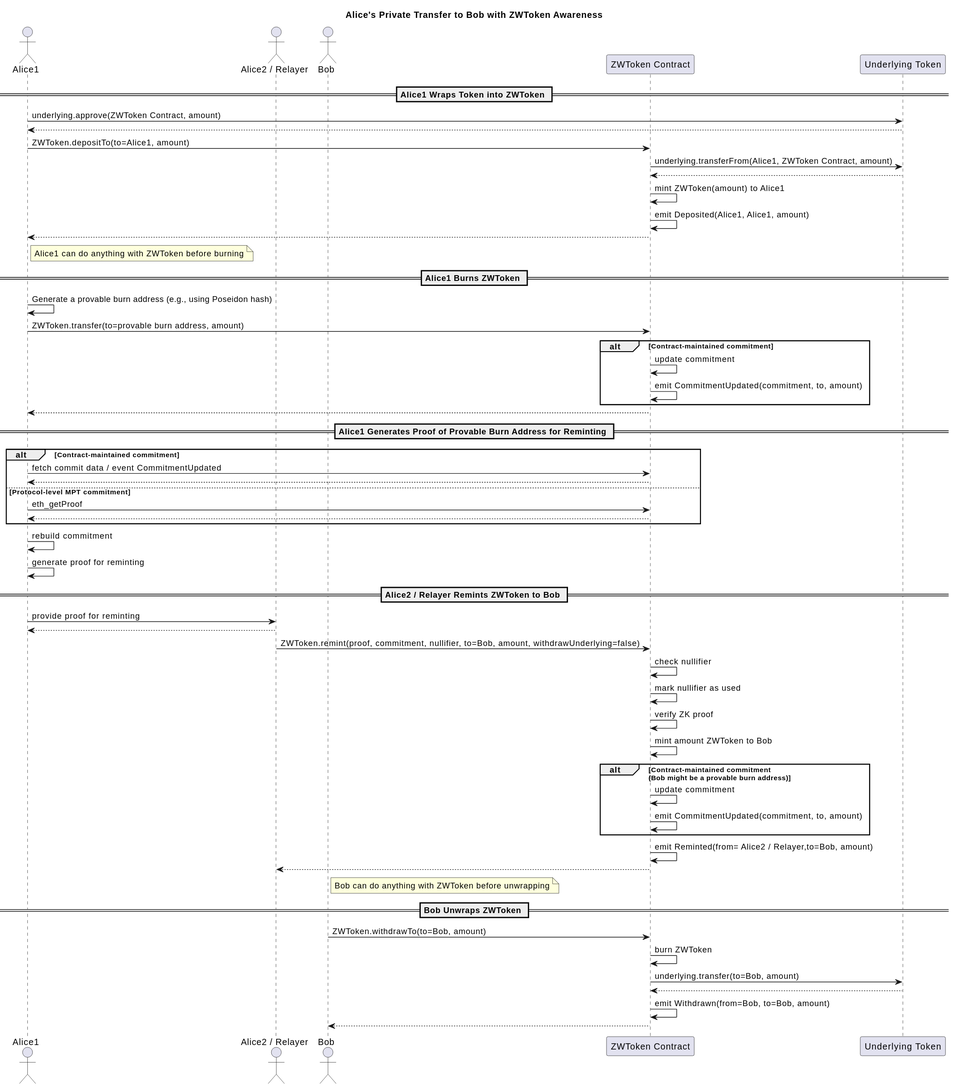
This is assets/erc-8065/flow1.svg from ethereum/ERCs, a PlantUML export, as it was before one commit. The source it was exported from:
```plantuml
@startuml
title Alice's Private Transfer to Bob with ZWToken Awareness

actor Alice1
actor "Alice2 / Relayer" as Alice2
actor Bob
participant "ZWToken Contract" as ZW
participant "Underlying Token" as U

== Alice1 Wraps Token into ZWToken ==
Alice1 -> U : underlying.approve(ZWToken Contract, amount)
Alice1 <-- U
Alice1 -> ZW : ZWToken.depositTo(to=Alice1, amount)
ZW -> U : underlying.transferFrom(Alice1, ZWToken Contract, amount)
ZW <-- U
ZW -> ZW : mint ZWToken(amount) to Alice1
ZW -> ZW : emit Deposited(Alice1, Alice1, amount)
Alice1 <-- ZW

note right of Alice1 : Alice1 can do anything with ZWToken before burning

== Alice1 Burns ZWToken ==
Alice1 -> Alice1 : Generate a provable burn address (e.g., using Poseidon hash)
Alice1 -> ZW : ZWToken.transfer(to=provable burn address, amount)
alt Contract-maintained commitment
    ZW -> ZW : update commitment
    ZW -> ZW : emit CommitmentUpdated(commitment, to, amount)
end
Alice1 <-- ZW

== Alice1 Generates Proof of Provable Burn Address for Reminting ==
alt Contract-maintained commitment
    Alice1 -> ZW : fetch commit data / event CommitmentUpdated
    Alice1 <-- ZW
else Protocol-level MPT commitment
    Alice1 -> ZW : eth_getProof
    Alice1 <-- ZW
end
Alice1 -> Alice1 : rebuild commitment
Alice1 -> Alice1 : generate proof for reminting

== Alice2 / Relayer Remints ZWToken to Bob ==
Alice1 -> Alice2 : provide proof for reminting
Alice1 <-- Alice2
Alice2 -> ZW : ZWToken.remint(proof, commitment, nullifier, to=Bob, amount, withdrawUnderlying=false)
ZW -> ZW : check nullifier
ZW -> ZW : mark nullifier as used
ZW -> ZW : verify ZK proof
ZW -> ZW : mint amount ZWToken to Bob
alt Contract-maintained commitment\n(Bob might be a provable burn address)
    ZW -> ZW : update commitment
    ZW -> ZW : emit CommitmentUpdated(commitment, to, amount)
end
ZW -> ZW : emit Reminted(from= Alice2 / Relayer,to=Bob, amount)
Alice2 <-- ZW

note right of Bob: Bob can do anything with ZWToken before unwrapping

== Bob Unwraps ZWToken ==
Bob -> ZW : ZWToken.withdrawTo(to=Bob, amount)
ZW -> ZW : burn ZWToken
ZW -> U : underlying.transfer(to=Bob, amount)
ZW <-- U
ZW -> ZW : emit Withdrawn(from=Bob, to=Bob, amount)
Bob <-- ZW
@enduml
```
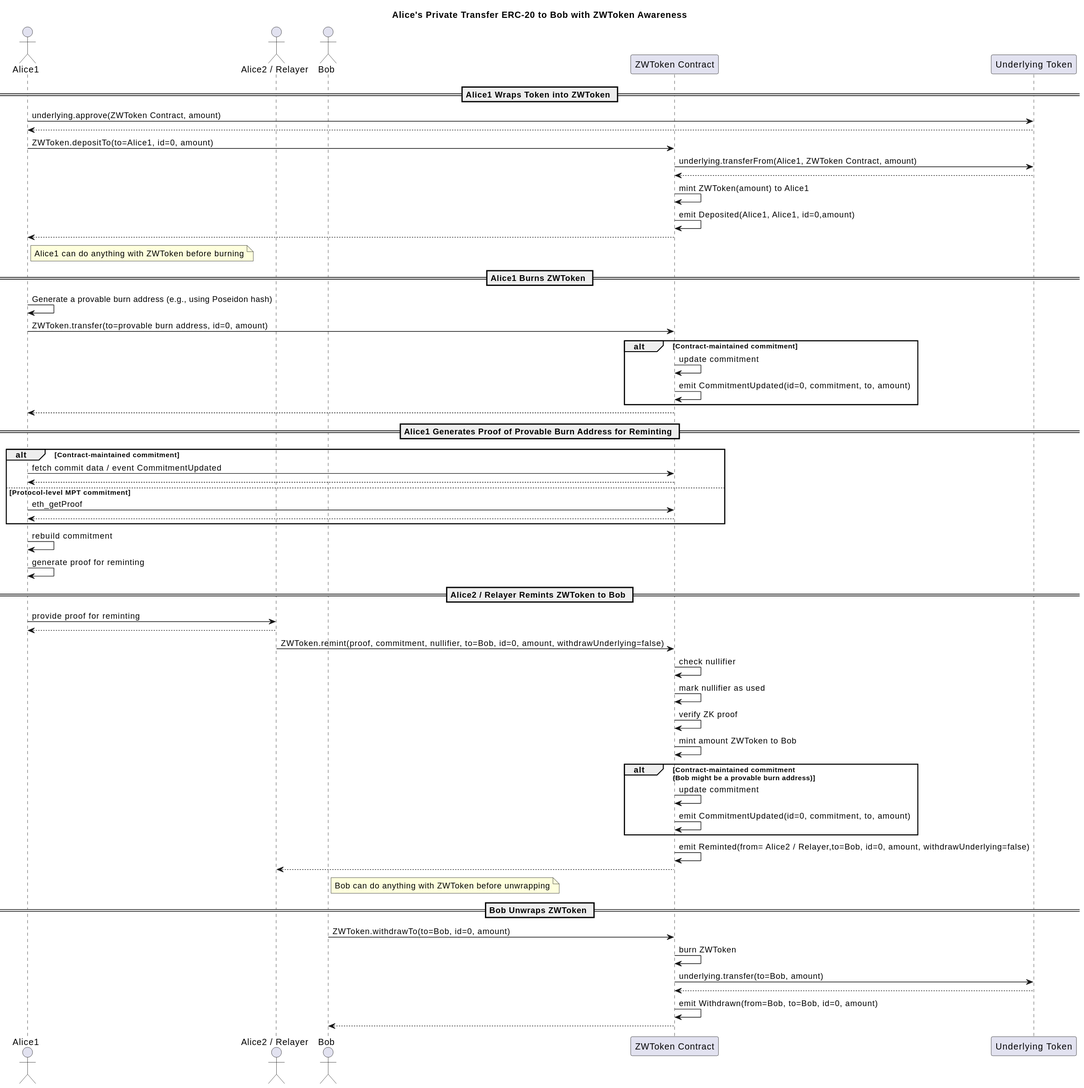
Above is the later version.

The edit, as a diff of the source:
```diff
@@ -1,5 +1,5 @@
 @startuml
-title Alice's Private Transfer to Bob with ZWToken Awareness
+title Alice's Private Transfer ERC-20 to Bob with ZWToken Awareness
 
 actor Alice1
 actor "Alice2 / Relayer" as Alice2
@@ -10,21 +10,21 @@
 == Alice1 Wraps Token into ZWToken ==
 Alice1 -> U : underlying.approve(ZWToken Contract, amount)
 Alice1 <-- U
-Alice1 -> ZW : ZWToken.depositTo(to=Alice1, amount)
+Alice1 -> ZW : ZWToken.depositTo(to=Alice1, id=0, amount)
 ZW -> U : underlying.transferFrom(Alice1, ZWToken Contract, amount)
 ZW <-- U
 ZW -> ZW : mint ZWToken(amount) to Alice1
-ZW -> ZW : emit Deposited(Alice1, Alice1, amount)
+ZW -> ZW : emit Deposited(Alice1, Alice1, id=0,amount)
 Alice1 <-- ZW
 
 note right of Alice1 : Alice1 can do anything with ZWToken before burning
 
 == Alice1 Burns ZWToken ==
 Alice1 -> Alice1 : Generate a provable burn address (e.g., using Poseidon hash)
-Alice1 -> ZW : ZWToken.transfer(to=provable burn address, amount)
+Alice1 -> ZW : ZWToken.transfer(to=provable burn address, id=0, amount)
 alt Contract-maintained commitment
     ZW -> ZW : update commitment
-    ZW -> ZW : emit CommitmentUpdated(commitment, to, amount)
+    ZW -> ZW : emit CommitmentUpdated(id=0, commitment, to, amount)
 end
 Alice1 <-- ZW
 
@@ -42,25 +42,25 @@
 == Alice2 / Relayer Remints ZWToken to Bob ==
 Alice1 -> Alice2 : provide proof for reminting
 Alice1 <-- Alice2
-Alice2 -> ZW : ZWToken.remint(proof, commitment, nullifier, to=Bob, amount, withdrawUnderlying=false)
+Alice2 -> ZW : ZWToken.remint(proof, commitment, nullifier, to=Bob, id=0, amount, withdrawUnderlying=false)
 ZW -> ZW : check nullifier
 ZW -> ZW : mark nullifier as used
 ZW -> ZW : verify ZK proof
 ZW -> ZW : mint amount ZWToken to Bob
 alt Contract-maintained commitment\n(Bob might be a provable burn address)
     ZW -> ZW : update commitment
-    ZW -> ZW : emit CommitmentUpdated(commitment, to, amount)
+    ZW -> ZW : emit CommitmentUpdated(id=0, commitment, to, amount)
 end
-ZW -> ZW : emit Reminted(from= Alice2 / Relayer,to=Bob, amount)
+ZW -> ZW : emit Reminted(from= Alice2 / Relayer,to=Bob, id=0, amount, withdrawUnderlying=false)
 Alice2 <-- ZW
 
 note right of Bob: Bob can do anything with ZWToken before unwrapping
 
 == Bob Unwraps ZWToken ==
-Bob -> ZW : ZWToken.withdrawTo(to=Bob, amount)
+Bob -> ZW : ZWToken.withdrawTo(to=Bob, id=0, amount)
 ZW -> ZW : burn ZWToken
 ZW -> U : underlying.transfer(to=Bob, amount)
 ZW <-- U
-ZW -> ZW : emit Withdrawn(from=Bob, to=Bob, amount)
+ZW -> ZW : emit Withdrawn(from=Bob, to=Bob, id=0, amount)
 Bob <-- ZW
 @enduml
```
